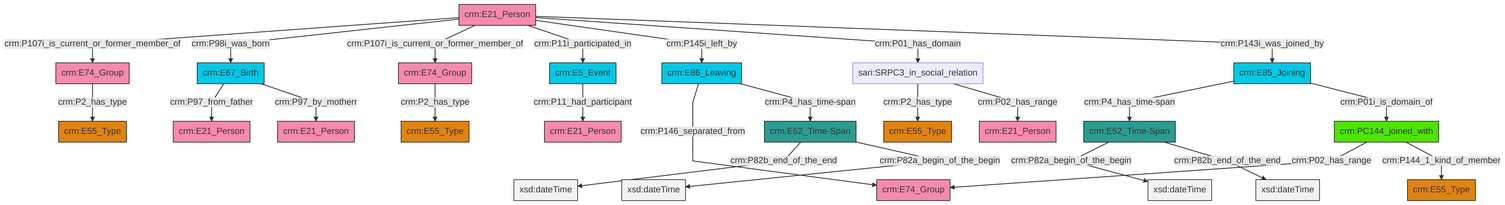
Before: et/personCSV/ttl/mmd/png/Person_Actor_Relations.png, a diagram exported from Mermaid (swiss-art-research-net/reference-data-models). Its source is kept beside it as et/personCSV/ttl/mmd/Person_Actor_Relations.ttl.mmd.
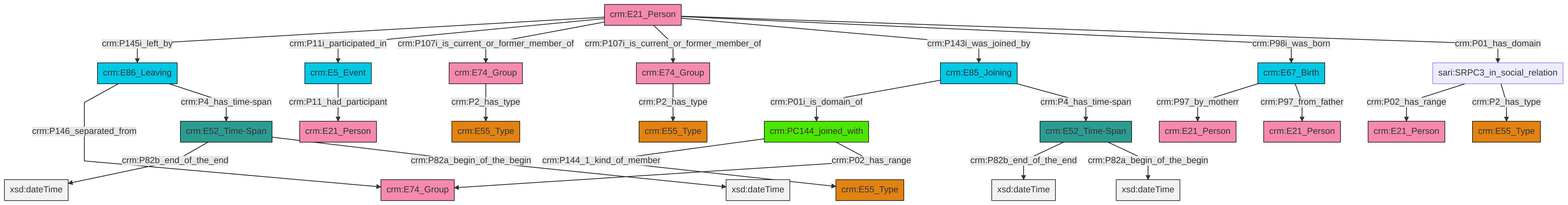
The same diagram one commit later.

Diff of the diagram source:
```diff
@@ -13,27 +13,27 @@
 classDef PC_Classes fill:#4ce600, stroke:#000000;
 classDef Multi fill:#cccccc,stroke:#000000;
 
-4["crm:E5_Event"]:::Temporal_Entity -->|crm:P11_had_participant| 5["crm:E21_Person"]:::Actor
-6["crm:E67_Birth"]:::Temporal_Entity -->|crm:P97_from_father| 7["crm:E21_Person"]:::Actor
-8["crm:E85_Joining"]:::Temporal_Entity -->|crm:P4_has_time-span| 9["crm:E52_Time-Span"]:::Time-Span
-2["crm:E21_Person"]:::Actor -->|crm:P107i_is_current_or_former_member_of| 12["crm:E74_Group"]:::Actor
-13["sari:SRPC3_in_social_relation"]:::Default -->|crm:P2_has_type| 14["crm:E55_Type"]:::Type
-13["sari:SRPC3_in_social_relation"]:::Default -->|crm:P02_has_range| 0["crm:E21_Person"]:::Actor
-17["crm:E86_Leaving"]:::Temporal_Entity -->|crm:P146_separated_from| 18["crm:E74_Group"]:::Actor
-9["crm:E52_Time-Span"]:::Time-Span -->|crm:P82a_begin_of_the_begin| 20[xsd:dateTime]:::Literal
-12["crm:E74_Group"]:::Actor -->|crm:P2_has_type| 10["crm:E55_Type"]:::Type
-2["crm:E21_Person"]:::Actor -->|crm:P98i_was_born| 6["crm:E67_Birth"]:::Temporal_Entity
-2["crm:E21_Person"]:::Actor -->|crm:P107i_is_current_or_former_member_of| 23["crm:E74_Group"]:::Actor
-17["crm:E86_Leaving"]:::Temporal_Entity -->|crm:P4_has_time-span| 15["crm:E52_Time-Span"]:::Time-Span
-2["crm:E21_Person"]:::Actor -->|crm:P11i_participated_in| 4["crm:E5_Event"]:::Temporal_Entity
-29["crm:PC144_joined_with"]:::PC_Classes -->|crm:P02_has_range| 18["crm:E74_Group"]:::Actor
-15["crm:E52_Time-Span"]:::Time-Span -->|crm:P82b_end_of_the_end| 31[xsd:dateTime]:::Literal
-2["crm:E21_Person"]:::Actor -->|crm:P145i_left_by| 17["crm:E86_Leaving"]:::Temporal_Entity
-29["crm:PC144_joined_with"]:::PC_Classes -->|crm:P144_1_kind_of_member| 33["crm:E55_Type"]:::Type
-2["crm:E21_Person"]:::Actor -->|crm:P01_has_domain| 13["sari:SRPC3_in_social_relation"]:::Default
-23["crm:E74_Group"]:::Actor -->|crm:P2_has_type| 25["crm:E55_Type"]:::Type
-6["crm:E67_Birth"]:::Temporal_Entity -->|crm:P97_by_motherr| 35["crm:E21_Person"]:::Actor
-9["crm:E52_Time-Span"]:::Time-Span -->|crm:P82b_end_of_the_end| 38[xsd:dateTime]:::Literal
-2["crm:E21_Person"]:::Actor -->|crm:P143i_was_joined_by| 8["crm:E85_Joining"]:::Temporal_Entity
-15["crm:E52_Time-Span"]:::Time-Span -->|crm:P82a_begin_of_the_begin| 42[xsd:dateTime]:::Literal
-8["crm:E85_Joining"]:::Temporal_Entity -->|crm:P01i_is_domain_of| 29["crm:PC144_joined_with"]:::PC_Classes
+0["crm:E52_Time-Span"]:::Time-Span -->|crm:P82b_end_of_the_end| 1[xsd:dateTime]:::Literal
+2["crm:E85_Joining"]:::Temporal_Entity -->|crm:P01i_is_domain_of| 3["crm:PC144_joined_with"]:::PC_Classes
+12["crm:E21_Person"]:::Actor -->|crm:P145i_left_by| 13["crm:E86_Leaving"]:::Temporal_Entity
+13["crm:E86_Leaving"]:::Temporal_Entity -->|crm:P146_separated_from| 15["crm:E74_Group"]:::Actor
+5["crm:E52_Time-Span"]:::Time-Span -->|crm:P82b_end_of_the_end| 16[xsd:dateTime]:::Literal
+5["crm:E52_Time-Span"]:::Time-Span -->|crm:P82a_begin_of_the_begin| 17[xsd:dateTime]:::Literal
+20["crm:E5_Event"]:::Temporal_Entity -->|crm:P11_had_participant| 21["crm:E21_Person"]:::Actor
+12["crm:E21_Person"]:::Actor -->|crm:P11i_participated_in| 20["crm:E5_Event"]:::Temporal_Entity
+12["crm:E21_Person"]:::Actor -->|crm:P107i_is_current_or_former_member_of| 31["crm:E74_Group"]:::Actor
+8["sari:SRPC3_in_social_relation"]:::Default -->|crm:P02_has_range| 32["crm:E21_Person"]:::Actor
+8["sari:SRPC3_in_social_relation"]:::Default -->|crm:P2_has_type| 33["crm:E55_Type"]:::Type
+12["crm:E21_Person"]:::Actor -->|crm:P107i_is_current_or_former_member_of| 34["crm:E74_Group"]:::Actor
+31["crm:E74_Group"]:::Actor -->|crm:P2_has_type| 18["crm:E55_Type"]:::Type
+35["crm:E67_Birth"]:::Temporal_Entity -->|crm:P97_by_motherr| 26["crm:E21_Person"]:::Actor
+3["crm:PC144_joined_with"]:::PC_Classes -->|crm:P144_1_kind_of_member| 28["crm:E55_Type"]:::Type
+12["crm:E21_Person"]:::Actor -->|crm:P143i_was_joined_by| 2["crm:E85_Joining"]:::Temporal_Entity
+3["crm:PC144_joined_with"]:::PC_Classes -->|crm:P02_has_range| 15["crm:E74_Group"]:::Actor
+34["crm:E74_Group"]:::Actor -->|crm:P2_has_type| 24["crm:E55_Type"]:::Type
+2["crm:E85_Joining"]:::Temporal_Entity -->|crm:P4_has_time-span| 0["crm:E52_Time-Span"]:::Time-Span
+12["crm:E21_Person"]:::Actor -->|crm:P98i_was_born| 35["crm:E67_Birth"]:::Temporal_Entity
+13["crm:E86_Leaving"]:::Temporal_Entity -->|crm:P4_has_time-span| 5["crm:E52_Time-Span"]:::Time-Span
+35["crm:E67_Birth"]:::Temporal_Entity -->|crm:P97_from_father| 10["crm:E21_Person"]:::Actor
+12["crm:E21_Person"]:::Actor -->|crm:P01_has_domain| 8["sari:SRPC3_in_social_relation"]:::Default
+0["crm:E52_Time-Span"]:::Time-Span -->|crm:P82a_begin_of_the_begin| 45[xsd:dateTime]:::Literal
```
